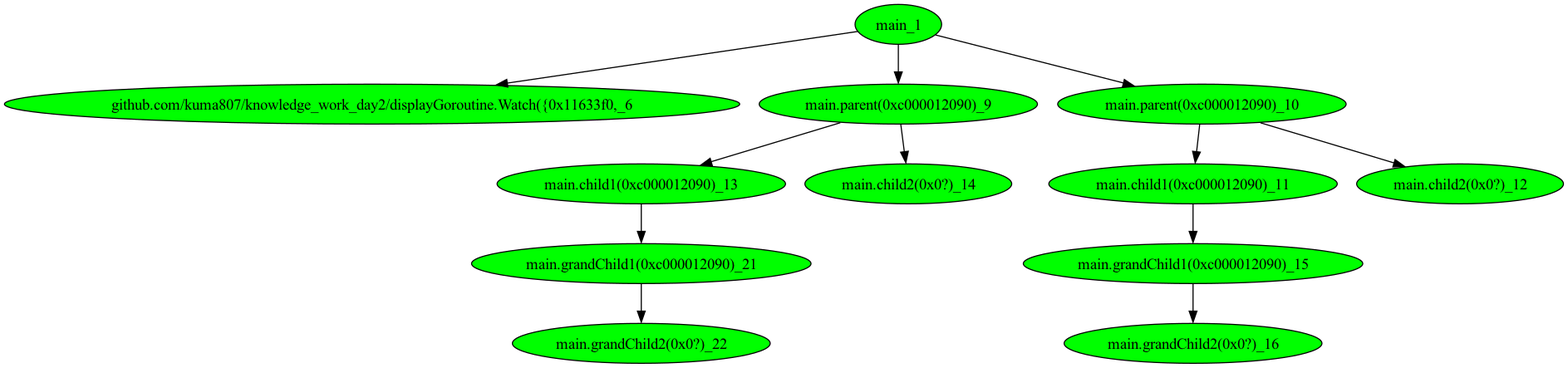
Before: main_testGoroutine/tree_4.png, a diagram exported from Graphviz (kuma807/knowledge_work_day2). Its source is kept beside it as main_testGoroutine/tree_4.dot.
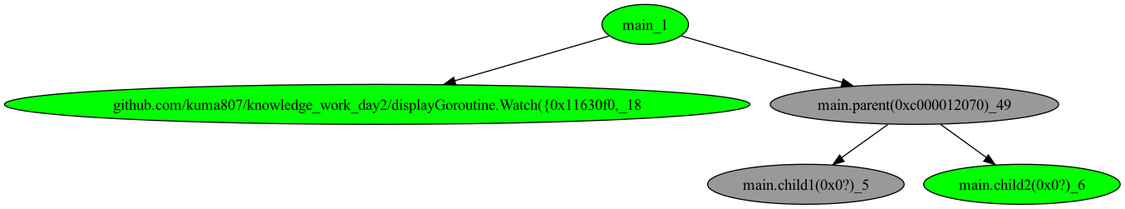
The same diagram one commit later.

Diff of the diagram source:
```diff
@@ -1,26 +1,12 @@
 digraph G {
-	"main_1"->"github.com/kuma807/knowledge_work_day2/displayGoroutine.Watch({0x11633f0,_6";
-	"main_1"->"main.parent(0xc000012090)_9";
-	"main_1"->"main.parent(0xc000012090)_10";
-	"main.parent(0xc000012090)_10"->"main.child1(0xc000012090)_11";
-	"main.parent(0xc000012090)_10"->"main.child2(0x0?)_12";
-	"main.parent(0xc000012090)_9"->"main.child1(0xc000012090)_13";
-	"main.parent(0xc000012090)_9"->"main.child2(0x0?)_14";
-	"main.child1(0xc000012090)_11"->"main.grandChild1(0xc000012090)_15";
-	"main.grandChild1(0xc000012090)_15"->"main.grandChild2(0x0?)_16";
-	"main.child1(0xc000012090)_13"->"main.grandChild1(0xc000012090)_21";
-	"main.grandChild1(0xc000012090)_21"->"main.grandChild2(0x0?)_22";
-	"github.com/kuma807/knowledge_work_day2/displayGoroutine.Watch({0x11633f0,_6" [ fillcolor="#00FF00", style="solid,filled" ];
-	"main.child1(0xc000012090)_11" [ fillcolor="#00FF00", style="solid,filled" ];
-	"main.child1(0xc000012090)_13" [ fillcolor="#00FF00", style="solid,filled" ];
-	"main.child2(0x0?)_12" [ fillcolor="#00FF00", style="solid,filled" ];
-	"main.child2(0x0?)_14" [ fillcolor="#00FF00", style="solid,filled" ];
-	"main.grandChild1(0xc000012090)_15" [ fillcolor="#00FF00", style="solid,filled" ];
-	"main.grandChild1(0xc000012090)_21" [ fillcolor="#00FF00", style="solid,filled" ];
-	"main.grandChild2(0x0?)_16" [ fillcolor="#00FF00", style="solid,filled" ];
-	"main.grandChild2(0x0?)_22" [ fillcolor="#00FF00", style="solid,filled" ];
-	"main.parent(0xc000012090)_10" [ fillcolor="#00FF00", style="solid,filled" ];
-	"main.parent(0xc000012090)_9" [ fillcolor="#00FF00", style="solid,filled" ];
+	"main_1"->"github.com/kuma807/knowledge_work_day2/displayGoroutine.Watch({0x11630f0,_18";
+	"main_1"->"main.parent(0xc000012070)_49";
+	"main.parent(0xc000012070)_49"->"main.child1(0x0?)_5";
+	"main.parent(0xc000012070)_49"->"main.child2(0x0?)_6";
+	"github.com/kuma807/knowledge_work_day2/displayGoroutine.Watch({0x11630f0,_18" [ fillcolor="#00FF00", style="solid,filled" ];
+	"main.child1(0x0?)_5" [ fillcolor="#999999", style="solid,filled" ];
+	"main.child2(0x0?)_6" [ fillcolor="#00FF00", style="solid,filled" ];
+	"main.parent(0xc000012070)_49" [ fillcolor="#999999", style="solid,filled" ];
 	"main_1" [ fillcolor="#00FF00", style="solid,filled" ];
 
 }
```
